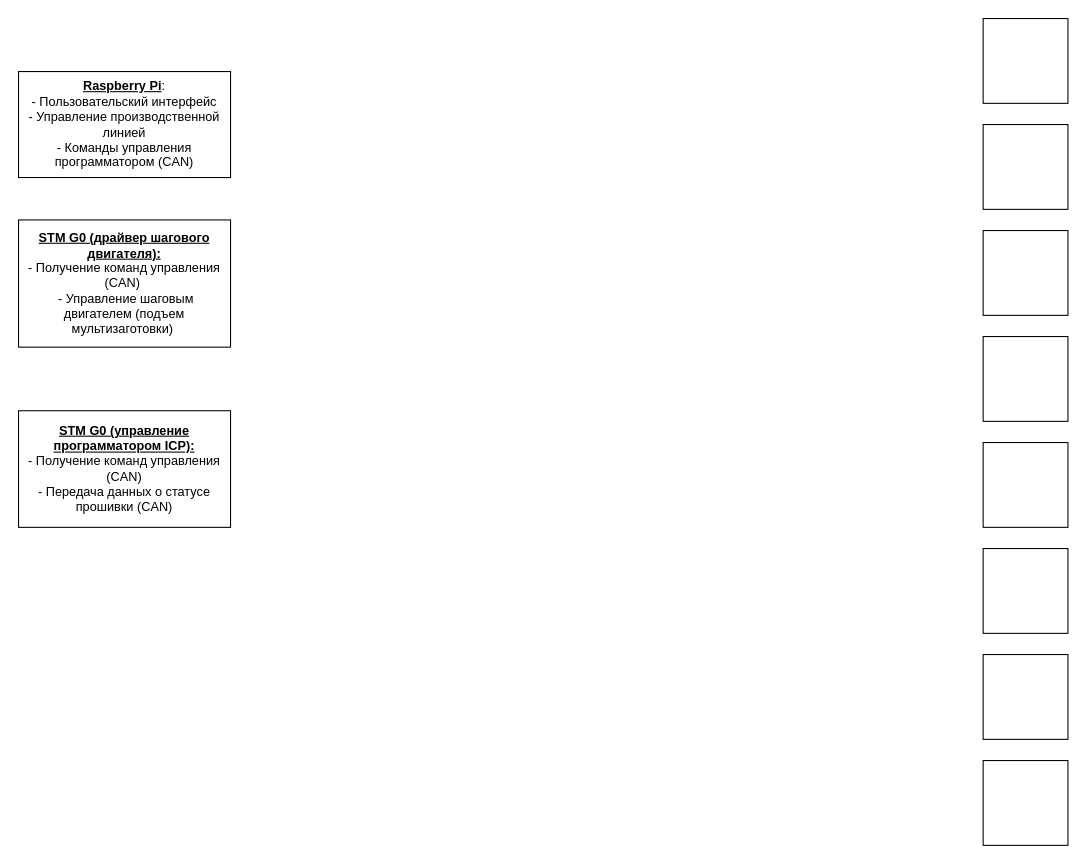
Earlier version of the draw.io diagram Device.drawio (NataliApril/xkeeper). Source tidied: cells renumbered, new cells numbered last; positions are measured from the earlier drawing's top-left corner, leaving out a move shared by most shapes. Both pictures are drawn from the tidied source at 106%, with x=0, y=0 at pixel (18, 18).
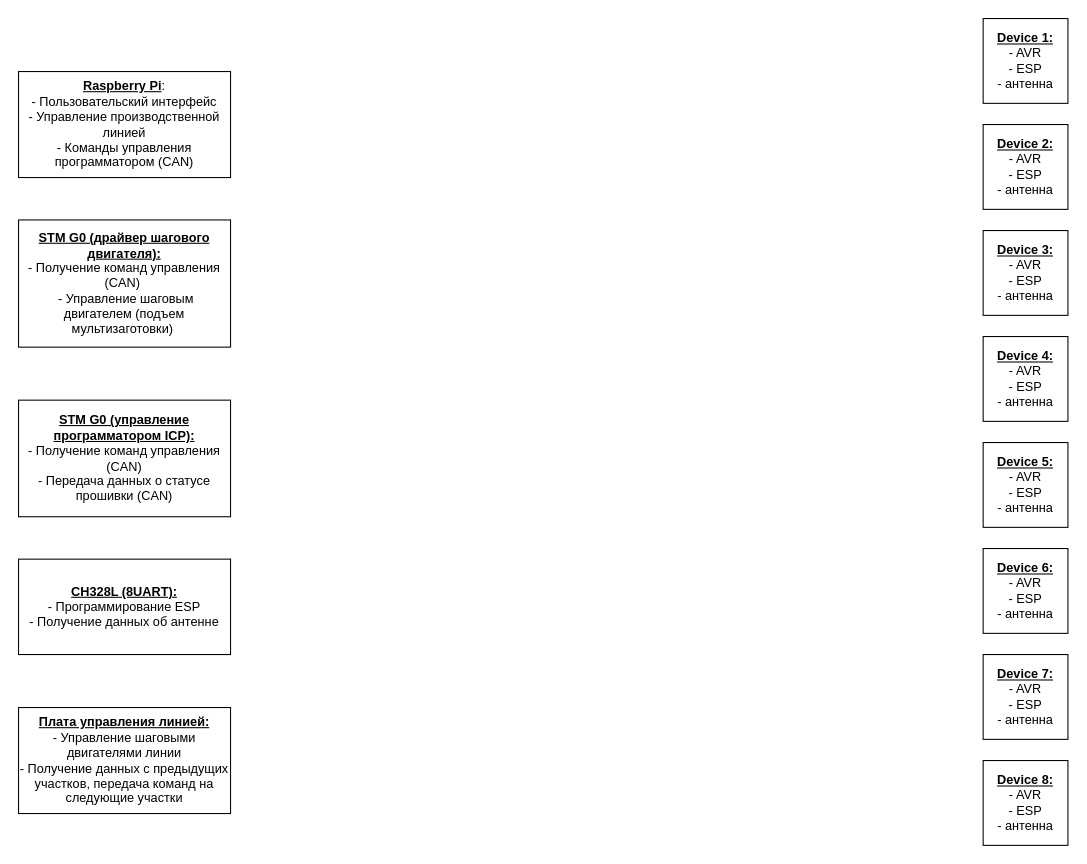
The same page after the edit.

Diff of the diagram source:
```diff
@@
 <mxGraphModel>
   <root>
     <mxCell id="0" />
     <mxCell id="1" parent="0" />
-    <mxCell id="2" style="whiteSpace=wrap;html=1;" parent="1" vertex="1">
+    <mxCell id="2" value="&lt;b&gt;&lt;u&gt;Device 1:&lt;/u&gt;&lt;/b&gt;&lt;br&gt;- AVR&lt;br&gt;- ESP&lt;br&gt;- антенна" style="whiteSpace=wrap;html=1;" parent="1" vertex="1">
       <mxGeometry x="910" width="80" height="80" as="geometry" />
     </mxCell>
-    <mxCell id="3" style="whiteSpace=wrap;html=1;" parent="1" vertex="1">
+    <mxCell id="3" value="&lt;b&gt;&lt;u&gt;Device 2:&lt;/u&gt;&lt;/b&gt;&lt;br&gt;- AVR&lt;br&gt;- ESP&lt;br&gt;- антенна" style="whiteSpace=wrap;html=1;" parent="1" vertex="1">
       <mxGeometry x="910" y="100" width="80" height="80" as="geometry" />
     </mxCell>
-    <mxCell id="4" style="whiteSpace=wrap;html=1;" parent="1" vertex="1">
+    <mxCell id="4" value="&lt;b&gt;&lt;u&gt;Device 3:&lt;/u&gt;&lt;/b&gt;&lt;br&gt;- AVR&lt;br&gt;- ESP&lt;br&gt;- антенна" style="whiteSpace=wrap;html=1;" parent="1" vertex="1">
       <mxGeometry x="910" y="200" width="80" height="80" as="geometry" />
     </mxCell>
-    <mxCell id="5" style="whiteSpace=wrap;html=1;" parent="1" vertex="1">
+    <mxCell id="5" value="&lt;b&gt;&lt;u&gt;Device 4:&lt;/u&gt;&lt;/b&gt;&lt;br&gt;- AVR&lt;br&gt;- ESP&lt;br&gt;- антенна" style="whiteSpace=wrap;html=1;" parent="1" vertex="1">
       <mxGeometry x="910" y="300" width="80" height="80" as="geometry" />
     </mxCell>
-    <mxCell id="6" style="whiteSpace=wrap;html=1;" parent="1" vertex="1">
+    <mxCell id="6" value="&lt;b&gt;&lt;u&gt;Device 5:&lt;/u&gt;&lt;/b&gt;&lt;br&gt;- AVR&lt;br&gt;- ESP&lt;br&gt;- антенна" style="whiteSpace=wrap;html=1;" parent="1" vertex="1">
       <mxGeometry x="910" y="400" width="80" height="80" as="geometry" />
     </mxCell>
-    <mxCell id="7" style="whiteSpace=wrap;html=1;" parent="1" vertex="1">
+    <mxCell id="7" value="&lt;b&gt;&lt;u&gt;Device 6:&lt;/u&gt;&lt;/b&gt;&lt;br&gt;- AVR&lt;br&gt;- ESP&lt;br&gt;- антенна" style="whiteSpace=wrap;html=1;" parent="1" vertex="1">
       <mxGeometry x="910" y="500" width="80" height="80" as="geometry" />
     </mxCell>
-    <mxCell id="8" style="whiteSpace=wrap;html=1;" parent="1" vertex="1">
+    <mxCell id="8" value="&lt;b&gt;&lt;u&gt;Device 7:&lt;/u&gt;&lt;/b&gt;&lt;br&gt;- AVR&lt;br&gt;- ESP&lt;br&gt;- антенна" style="whiteSpace=wrap;html=1;" parent="1" vertex="1">
       <mxGeometry x="910" y="600" width="80" height="80" as="geometry" />
     </mxCell>
-    <mxCell id="9" style="whiteSpace=wrap;html=1;" parent="1" vertex="1">
+    <mxCell id="9" value="&lt;b&gt;&lt;u&gt;Device 8:&lt;/u&gt;&lt;/b&gt;&lt;br&gt;- AVR&lt;br&gt;- ESP&lt;br&gt;- антенна" style="whiteSpace=wrap;html=1;" parent="1" vertex="1">
       <mxGeometry x="910" y="700" width="80" height="80" as="geometry" />
     </mxCell>
     <mxCell id="10" value="&lt;b&gt;&lt;u&gt;Raspberry Pi&lt;/u&gt;&lt;/b&gt;:&lt;br&gt;- Пользовательский интерфейс&lt;br&gt;- Управление производственной линией&lt;br&gt;- Команды управления программатором (CAN)" style="rounded=0;whiteSpace=wrap;html=1;" parent="1" vertex="1">
       <mxGeometry y="50" width="200" height="100" as="geometry" />
     </mxCell>
     <mxCell id="11" value="&lt;b&gt;&lt;u&gt;STM G0 (драйвер шагового двигателя):&lt;/u&gt;&lt;/b&gt;&lt;div&gt;- Получение команд управления (CAN)&amp;nbsp;&lt;/div&gt;&lt;div&gt;&amp;nbsp;- Управление шаговым двигателем (подъем мультизаготовки)&amp;nbsp;&lt;/div&gt;" style="rounded=0;whiteSpace=wrap;html=1;" parent="1" vertex="1">
       <mxGeometry y="190" width="200" height="120" as="geometry" />
     </mxCell>
     <mxCell id="12" value="&lt;b&gt;&lt;u&gt;STM G0 (управление программатором ICP):&lt;/u&gt;&lt;/b&gt;&lt;div&gt;- Получение команд управления (CAN)&lt;/div&gt;&lt;div&gt;- Передача данных о статусе прошивки (CAN)&lt;/div&gt;" style="rounded=0;whiteSpace=wrap;html=1;" parent="1" vertex="1">
-      <mxGeometry y="370" width="200" height="110" as="geometry" />
+      <mxGeometry y="360" width="200" height="110" as="geometry" />
     </mxCell>
+    <mxCell id="13" value="&lt;b&gt;&lt;u&gt;CH328L (8UART):&lt;/u&gt;&lt;/b&gt;&lt;div&gt;- Программирование ESP&lt;br&gt;- Получение данных об антенне&lt;/div&gt;" style="rounded=0;whiteSpace=wrap;html=1;" parent="1" vertex="1">
+      <mxGeometry y="510" width="200" height="90" as="geometry" />
+    </mxCell>
+    <mxCell id="14" value="&lt;b&gt;&lt;u&gt;Плата управления линией:&lt;/u&gt;&lt;/b&gt;&lt;div&gt;- Управление шаговыми двигателями линии&lt;br&gt;- Получение данных с предыдущих участков, передача команд на следующие участки&lt;/div&gt;" style="rounded=0;whiteSpace=wrap;html=1;" parent="1" vertex="1">
+      <mxGeometry y="650" width="200" height="100" as="geometry" />
+    </mxCell>
   </root>
 </mxGraphModel>
```
